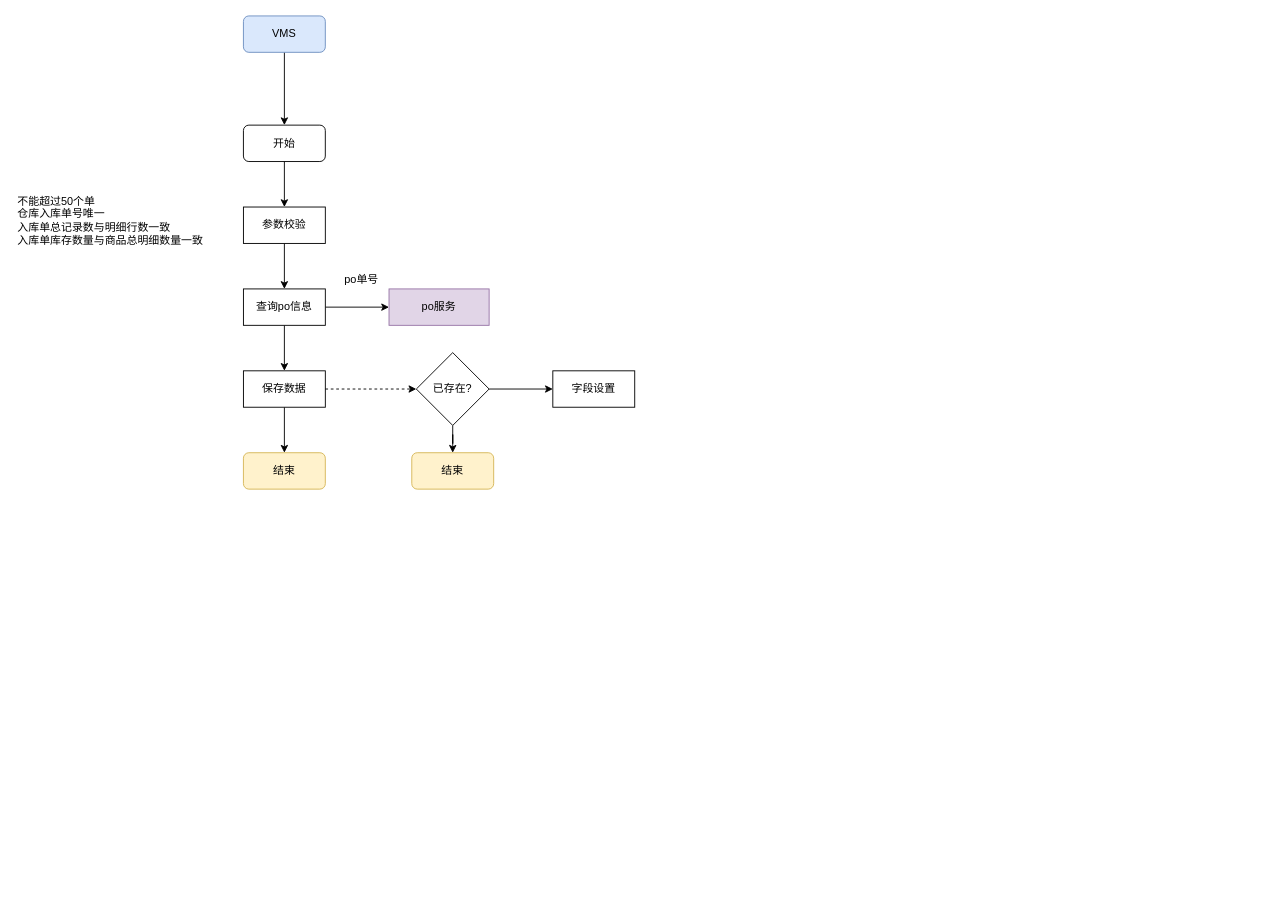
Before: page "批量上抛商品异常" (2 of 3) of 理货.drawio in vvhard/draw_io, a draw.io diagram. Source tidied: cells renumbered, new cells numbered last; positions are measured from the earlier drawing's top-left corner, leaving out a move shared by most shapes. Both pictures are drawn from the tidied source at 91%, with x=0, y=0 at pixel (15, 15).
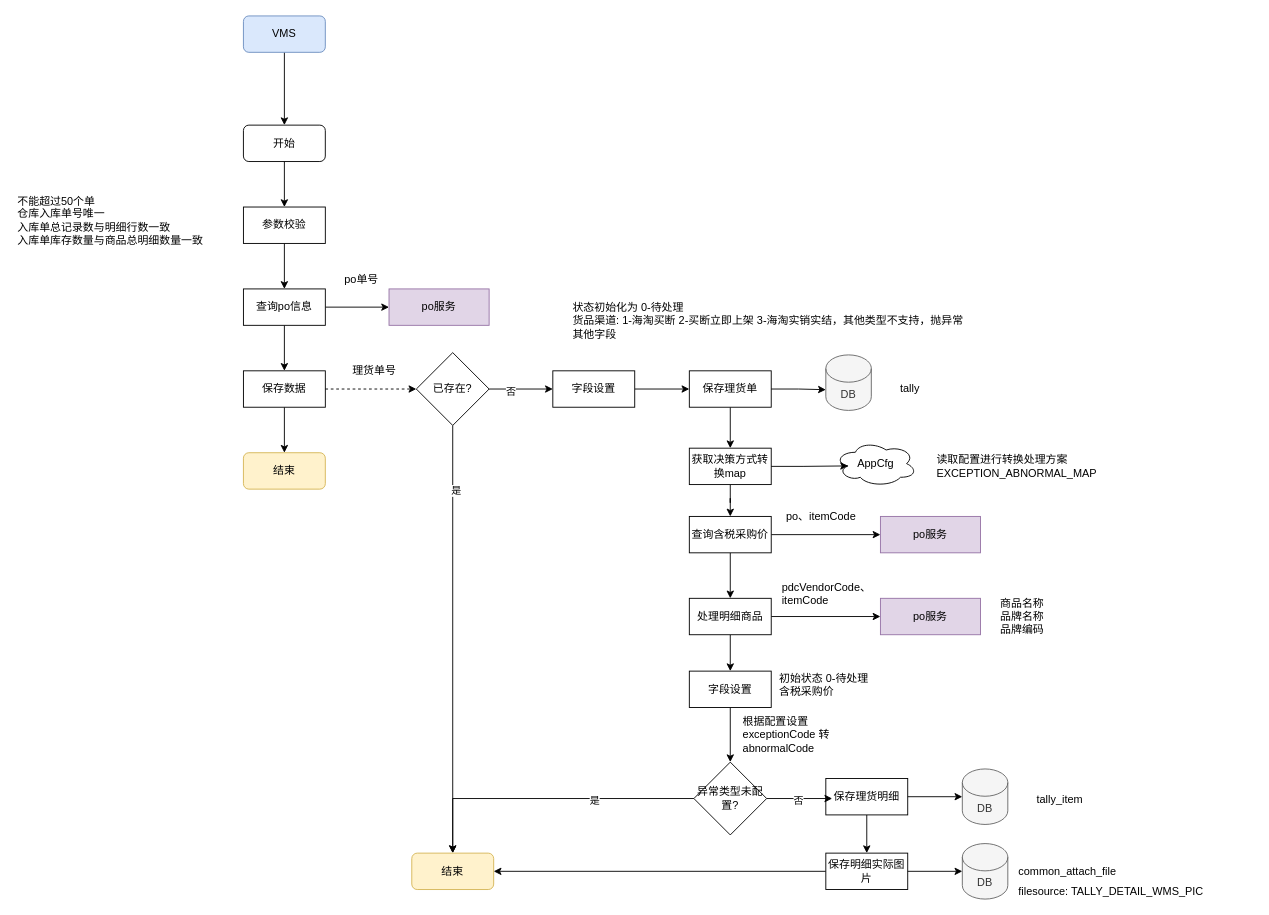
The same page after the edit.

Unchanged cells that the change refers to:
```xml
<mxCell id="18" style="edgeStyle=orthogonalEdgeStyle;rounded=0;jettySize=auto;html=1;entryX=0;entryY=0.5;entryDx=0;entryDy=0;" parent="1" edge="1" source="19" target="22">
  <mxGeometry relative="1" as="geometry" />
</mxCell>
<mxCell id="19" value="已存在?" style="rhombus;whiteSpace=wrap;html=1;" parent="1" vertex="1">
  <mxGeometry x="440" y="370" width="80" height="80" as="geometry" />
</mxCell>
```

Diff of the diagram source:
```diff
@@
-    <mxCell id="17" style="edgeStyle=orthogonalEdgeStyle;rounded=0;jettySize=auto;html=1;" parent="1" edge="1" source="19" target="21">
+    <mxCell id="17" style="edgeStyle=orthogonalEdgeStyle;rounded=0;jettySize=auto;html=1;entryX=0.5;entryY=0;entryDx=0;entryDy=0;" parent="1" edge="1" source="19" target="21">
       <mxGeometry relative="1" as="geometry" />
     </mxCell>
+    <mxCell id="23" value="是" style="edgeLabel;html=1;align=center;verticalAlign=middle;" parent="17" vertex="1">
+      <mxGeometry x="-0.7" y="3" relative="1" as="geometry" />
+    </mxCell>
@@
+    <mxCell id="24" value="否" style="edgeLabel;html=1;align=center;verticalAlign=middle;" parent="18" vertex="1">
+      <mxGeometry x="-0.34" y="-2" relative="1" as="geometry" />
+    </mxCell>
@@
+    <mxCell id="25" style="edgeStyle=orthogonalEdgeStyle;rounded=0;jettySize=auto;html=1;" parent="1" edge="1" source="22" target="29">
+      <mxGeometry relative="1" as="geometry" />
+    </mxCell>
+    <mxCell id="22" value="字段设置" style="rounded=0;whiteSpace=wrap;html=1;" parent="1" vertex="1">
+      <mxGeometry x="590" y="390" width="90" height="40" as="geometry" />
+    </mxCell>
+    <mxCell id="26" value="状态初始化为 0-待处理&lt;br&gt;货品渠道: 1-海淘买断 2-买断立即上架 3-海淘实销实结，其他类型不支持，抛异常&lt;br&gt;其他字段" style="text;html=1;strokeColor=none;fillColor=none;align=left;verticalAlign=middle;whiteSpace=wrap;rounded=0;" parent="1" vertex="1">
+      <mxGeometry x="610" y="300" width="450" height="70" as="geometry" />
+    </mxCell>
+    <mxCell id="27" value="理货单号" style="text;html=1;strokeColor=none;fillColor=none;align=center;verticalAlign=middle;whiteSpace=wrap;rounded=0;" parent="1" vertex="1">
+      <mxGeometry x="363.5" y="380" width="60" height="20" as="geometry" />
+    </mxCell>
+    <mxCell id="28" style="edgeStyle=orthogonalEdgeStyle;rounded=0;jettySize=auto;html=1;entryX=0.5;entryY=0;entryDx=0;entryDy=0;" parent="1" edge="1" source="29" target="34">
+      <mxGeometry relative="1" as="geometry" />
+    </mxCell>
+    <mxCell id="29" value="保存理货单" style="rounded=0;whiteSpace=wrap;html=1;" parent="1" vertex="1">
+      <mxGeometry x="740" y="390" width="90" height="40" as="geometry" />
+    </mxCell>
+    <mxCell id="30" value="DB" style="shape=cylinder3;whiteSpace=wrap;html=1;boundedLbl=1;backgroundOutline=1;size=15;fillColor=#f5f5f5;fontColor=#333333;strokeColor=#666666;" parent="1" vertex="1">
+      <mxGeometry x="890" y="372.5" width="50" height="61" as="geometry" />
+    </mxCell>
+    <mxCell id="31" value="tally" style="text;html=1;strokeColor=none;fillColor=none;align=left;verticalAlign=middle;whiteSpace=wrap;rounded=0;" parent="1" vertex="1">
+      <mxGeometry x="970" y="401" width="60" height="18" as="geometry" />
+    </mxCell>
+    <mxCell id="32" style="edgeStyle=orthogonalEdgeStyle;rounded=0;jettySize=auto;html=1;entryX=0;entryY=0;entryDx=0;entryDy=38.25;entryPerimeter=0;" parent="1" edge="1" source="29" target="30">
+      <mxGeometry relative="1" as="geometry" />
+    </mxCell>
+    <mxCell id="33" style="edgeStyle=orthogonalEdgeStyle;rounded=0;jettySize=auto;html=1;" parent="1" edge="1" source="34" target="40">
+      <mxGeometry relative="1" as="geometry" />
+    </mxCell>
+    <mxCell id="34" value="获取决策方式转换map" style="rounded=0;whiteSpace=wrap;html=1;" parent="1" vertex="1">
+      <mxGeometry x="740" y="475" width="90" height="40" as="geometry" />
+    </mxCell>
+    <mxCell id="35" value="AppCfg" style="ellipse;shape=cloud;whiteSpace=wrap;html=1;" parent="1" vertex="1">
+      <mxGeometry x="900" y="467" width="90" height="50" as="geometry" />
+    </mxCell>
+    <mxCell id="36" value="读取配置进行转换处理方案&lt;br&gt;EXCEPTION_ABNORMAL_MAP" style="text;html=1;align=left;verticalAlign=middle;strokeColor=none;fillColor=none;" parent="1" vertex="1">
+      <mxGeometry x="1010" y="475" width="200" height="40" as="geometry" />
+    </mxCell>
+    <mxCell id="37" style="edgeStyle=orthogonalEdgeStyle;rounded=0;jettySize=auto;html=1;entryX=0.16;entryY=0.55;entryDx=0;entryDy=0;entryPerimeter=0;" parent="1" edge="1" source="34" target="35">
+      <mxGeometry relative="1" as="geometry" />
+    </mxCell>
+    <mxCell id="38" style="edgeStyle=orthogonalEdgeStyle;rounded=0;jettySize=auto;html=1;entryX=0;entryY=0.5;entryDx=0;entryDy=0;" parent="1" edge="1" source="40" target="41">
+      <mxGeometry relative="1" as="geometry" />
+    </mxCell>
+    <mxCell id="39" style="edgeStyle=orthogonalEdgeStyle;rounded=0;jettySize=auto;html=1;" parent="1" edge="1" source="40" target="45">
+      <mxGeometry relative="1" as="geometry" />
+    </mxCell>
+    <mxCell id="40" value="查询含税采购价" style="rounded=0;whiteSpace=wrap;html=1;" parent="1" vertex="1">
+      <mxGeometry x="740" y="550" width="90" height="40" as="geometry" />
+    </mxCell>
+    <mxCell id="41" value="po服务" style="rounded=0;whiteSpace=wrap;html=1;fillColor=#e1d5e7;strokeColor=#9673a6;" parent="1" vertex="1">
+      <mxGeometry x="950" y="550" width="110" height="40" as="geometry" />
+    </mxCell>
+    <mxCell id="42" value="po、itemCode" style="text;html=1;strokeColor=none;fillColor=none;align=center;verticalAlign=middle;whiteSpace=wrap;rounded=0;" parent="1" vertex="1">
+      <mxGeometry x="840" y="540" width="90" height="20" as="geometry" />
+    </mxCell>
+    <mxCell id="43" style="edgeStyle=orthogonalEdgeStyle;rounded=0;jettySize=auto;html=1;" parent="1" edge="1" source="45" target="47">
+      <mxGeometry relative="1" as="geometry" />
+    </mxCell>
+    <mxCell id="44" style="edgeStyle=orthogonalEdgeStyle;rounded=0;jettySize=auto;html=1;entryX=0;entryY=0.5;entryDx=0;entryDy=0;" parent="1" edge="1" source="45" target="48">
+      <mxGeometry relative="1" as="geometry" />
+    </mxCell>
+    <mxCell id="45" value="处理明细商品" style="rounded=0;whiteSpace=wrap;html=1;" parent="1" vertex="1">
+      <mxGeometry x="740" y="640" width="90" height="40" as="geometry" />
+    </mxCell>
+    <mxCell id="46" style="edgeStyle=orthogonalEdgeStyle;rounded=0;jettySize=auto;html=1;entryX=0.5;entryY=0;entryDx=0;entryDy=0;" parent="1" edge="1" source="47" target="54">
+      <mxGeometry relative="1" as="geometry" />
+    </mxCell>
+    <mxCell id="47" value="字段设置" style="rounded=0;whiteSpace=wrap;html=1;" parent="1" vertex="1">
+      <mxGeometry x="740" y="720" width="90" height="40" as="geometry" />
+    </mxCell>
+    <mxCell id="48" value="po服务" style="rounded=0;whiteSpace=wrap;html=1;fillColor=#e1d5e7;strokeColor=#9673a6;" parent="1" vertex="1">
+      <mxGeometry x="950" y="640" width="110" height="40" as="geometry" />
+    </mxCell>
+    <mxCell id="49" value="pdcVendorCode、itemCode" style="text;html=1;strokeColor=none;fillColor=none;align=left;verticalAlign=middle;whiteSpace=wrap;rounded=0;" parent="1" vertex="1">
+      <mxGeometry x="840" y="620" width="90" height="30" as="geometry" />
+    </mxCell>
+    <mxCell id="50" value="商品名称&lt;br&gt;品牌名称&lt;br&gt;品牌编码" style="text;html=1;strokeColor=none;fillColor=none;align=left;verticalAlign=middle;whiteSpace=wrap;rounded=0;" parent="1" vertex="1">
+      <mxGeometry x="1080" y="635" width="73" height="50" as="geometry" />
+    </mxCell>
+    <mxCell id="51" value="初始状态 0-待处理&lt;br&gt;含税采购价" style="text;html=1;strokeColor=none;fillColor=none;align=left;verticalAlign=middle;whiteSpace=wrap;rounded=0;" parent="1" vertex="1">
+      <mxGeometry x="837" y="720" width="103" height="30" as="geometry" />
+    </mxCell>
+    <mxCell id="52" style="edgeStyle=orthogonalEdgeStyle;rounded=0;jettySize=auto;html=1;entryX=0.5;entryY=0;entryDx=0;entryDy=0;" parent="1" edge="1" source="54" target="21">
+      <mxGeometry relative="1" as="geometry" />
+    </mxCell>
+    <mxCell id="53" value="是" style="edgeLabel;html=1;align=center;verticalAlign=middle;" parent="52" vertex="1">
+      <mxGeometry x="-0.32" y="1" relative="1" as="geometry" />
+    </mxCell>
+    <mxCell id="54" value="异常类型未配置?" style="rhombus;whiteSpace=wrap;html=1;" parent="1" vertex="1">
+      <mxGeometry x="745" y="820" width="80" height="80" as="geometry" />
+    </mxCell>
     <mxCell id="21" value="结束" style="rounded=1;whiteSpace=wrap;html=1;fillColor=#fff2cc;strokeColor=#d6b656;" parent="1" vertex="1">
-      <mxGeometry x="435" y="480" width="90" height="40" as="geometry" />
+      <mxGeometry x="435" y="920" width="90" height="40" as="geometry" />
     </mxCell>
-    <mxCell id="22" value="字段设置" style="rounded=0;whiteSpace=wrap;html=1;" parent="1" vertex="1">
-      <mxGeometry x="590" y="390" width="90" height="40" as="geometry" />
-    </mxCell>
+    <mxCell id="55" value="根据配置设置 exceptionCode 转 abnormalCode" style="text;html=1;strokeColor=none;fillColor=none;align=left;verticalAlign=middle;whiteSpace=wrap;rounded=0;" parent="1" vertex="1">
+      <mxGeometry x="797" y="770" width="103" height="40" as="geometry" />
+    </mxCell>
+    <mxCell id="56" style="edgeStyle=orthogonalEdgeStyle;rounded=0;jettySize=auto;html=1;" parent="1" edge="1" source="57" target="64">
+      <mxGeometry relative="1" as="geometry" />
+    </mxCell>
+    <mxCell id="57" value="保存理货明细" style="rounded=0;whiteSpace=wrap;html=1;" parent="1" vertex="1">
+      <mxGeometry x="890" y="838" width="90" height="40" as="geometry" />
+    </mxCell>
+    <mxCell id="58" value="DB" style="shape=cylinder3;whiteSpace=wrap;html=1;boundedLbl=1;backgroundOutline=1;size=15;fillColor=#f5f5f5;fontColor=#333333;strokeColor=#666666;" parent="1" vertex="1">
+      <mxGeometry x="1040" y="827.5" width="50" height="61" as="geometry" />
+    </mxCell>
+    <mxCell id="59" value="tally_item" style="text;html=1;strokeColor=none;fillColor=none;align=left;verticalAlign=middle;whiteSpace=wrap;rounded=0;" parent="1" vertex="1">
+      <mxGeometry x="1120" y="852" width="60" height="18" as="geometry" />
+    </mxCell>
+    <mxCell id="60" style="edgeStyle=orthogonalEdgeStyle;rounded=0;jettySize=auto;html=1;entryX=0.078;entryY=0.55;entryDx=0;entryDy=0;entryPerimeter=0;" parent="1" edge="1" source="54" target="57">
+      <mxGeometry relative="1" as="geometry" />
+    </mxCell>
+    <mxCell id="61" value="否" style="edgeLabel;html=1;align=center;verticalAlign=middle;" parent="60" vertex="1">
+      <mxGeometry x="-0.06" y="-2" relative="1" as="geometry" />
+    </mxCell>
+    <mxCell id="62" style="edgeStyle=orthogonalEdgeStyle;rounded=0;jettySize=auto;html=1;entryX=0;entryY=0.5;entryDx=0;entryDy=0;entryPerimeter=0;" parent="1" edge="1" source="57" target="58">
+      <mxGeometry relative="1" as="geometry" />
+    </mxCell>
+    <mxCell id="63" style="edgeStyle=orthogonalEdgeStyle;rounded=0;jettySize=auto;html=1;entryX=1;entryY=0.5;entryDx=0;entryDy=0;" parent="1" edge="1" source="64" target="21">
+      <mxGeometry relative="1" as="geometry" />
+    </mxCell>
+    <mxCell id="64" value="保存明细实际图片" style="rounded=0;whiteSpace=wrap;html=1;" parent="1" vertex="1">
+      <mxGeometry x="890" y="920" width="90" height="40" as="geometry" />
+    </mxCell>
+    <mxCell id="65" value="DB" style="shape=cylinder3;whiteSpace=wrap;html=1;boundedLbl=1;backgroundOutline=1;size=15;fillColor=#f5f5f5;fontColor=#333333;strokeColor=#666666;" parent="1" vertex="1">
+      <mxGeometry x="1040" y="909.5" width="50" height="61" as="geometry" />
+    </mxCell>
+    <mxCell id="66" style="edgeStyle=orthogonalEdgeStyle;rounded=0;jettySize=auto;html=1;entryX=0;entryY=0.5;entryDx=0;entryDy=0;entryPerimeter=0;" parent="1" edge="1" source="64" target="65">
+      <mxGeometry relative="1" as="geometry" />
+    </mxCell>
+    <mxCell id="67" value="common_attach_file" style="text;html=1;strokeColor=none;fillColor=none;align=left;verticalAlign=middle;whiteSpace=wrap;rounded=0;" parent="1" vertex="1">
+      <mxGeometry x="1100" y="931" width="130" height="18" as="geometry" />
+    </mxCell>
+    <mxCell id="68" value="filesource: TALLY_DETAIL_WMS_PIC" style="text;html=1;strokeColor=none;fillColor=none;align=left;verticalAlign=middle;whiteSpace=wrap;rounded=0;" parent="1" vertex="1">
+      <mxGeometry x="1100" y="952.5" width="260" height="18" as="geometry" />
+    </mxCell>
```
